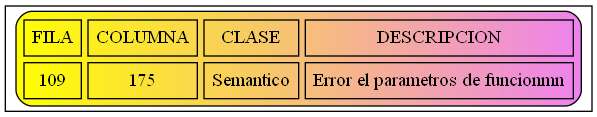
JoseMore99/OLC2_P1_201701015 keeps this Graphviz diagram as Errores.png. Above is the earlier version. Its source is kept beside it as Errores.dot.
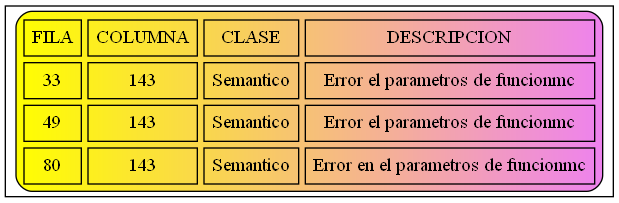
After the commit.

Change to the diagram source:
```diff
@@ -2,6 +2,8 @@
 node [shape=record];
 a0 [label=<<TABLE border="1" cellspacing="5" cellpadding="5" style="rounded" bgcolor="yellow:violet">
 "<TR><TD>FILA</TD><TD>COLUMNA</TD><TD>CLASE</TD><TD>DESCRIPCION</TD></TR>
-<TR><TD>109</TD><TD>175</TD><TD>Semantico</TD><TD>Error el parametros de funcionmn</TD></TR>
+<TR><TD>33</TD><TD>143</TD><TD>Semantico</TD><TD>Error el parametros de funcionmc</TD></TR>
+<TR><TD>49</TD><TD>143</TD><TD>Semantico</TD><TD>Error el parametros de funcionmc</TD></TR>
+<TR><TD>80</TD><TD>143</TD><TD>Semantico</TD><TD>Error en el parametros de funcionmc</TD></TR>
 </TABLE>>];
 }
```
